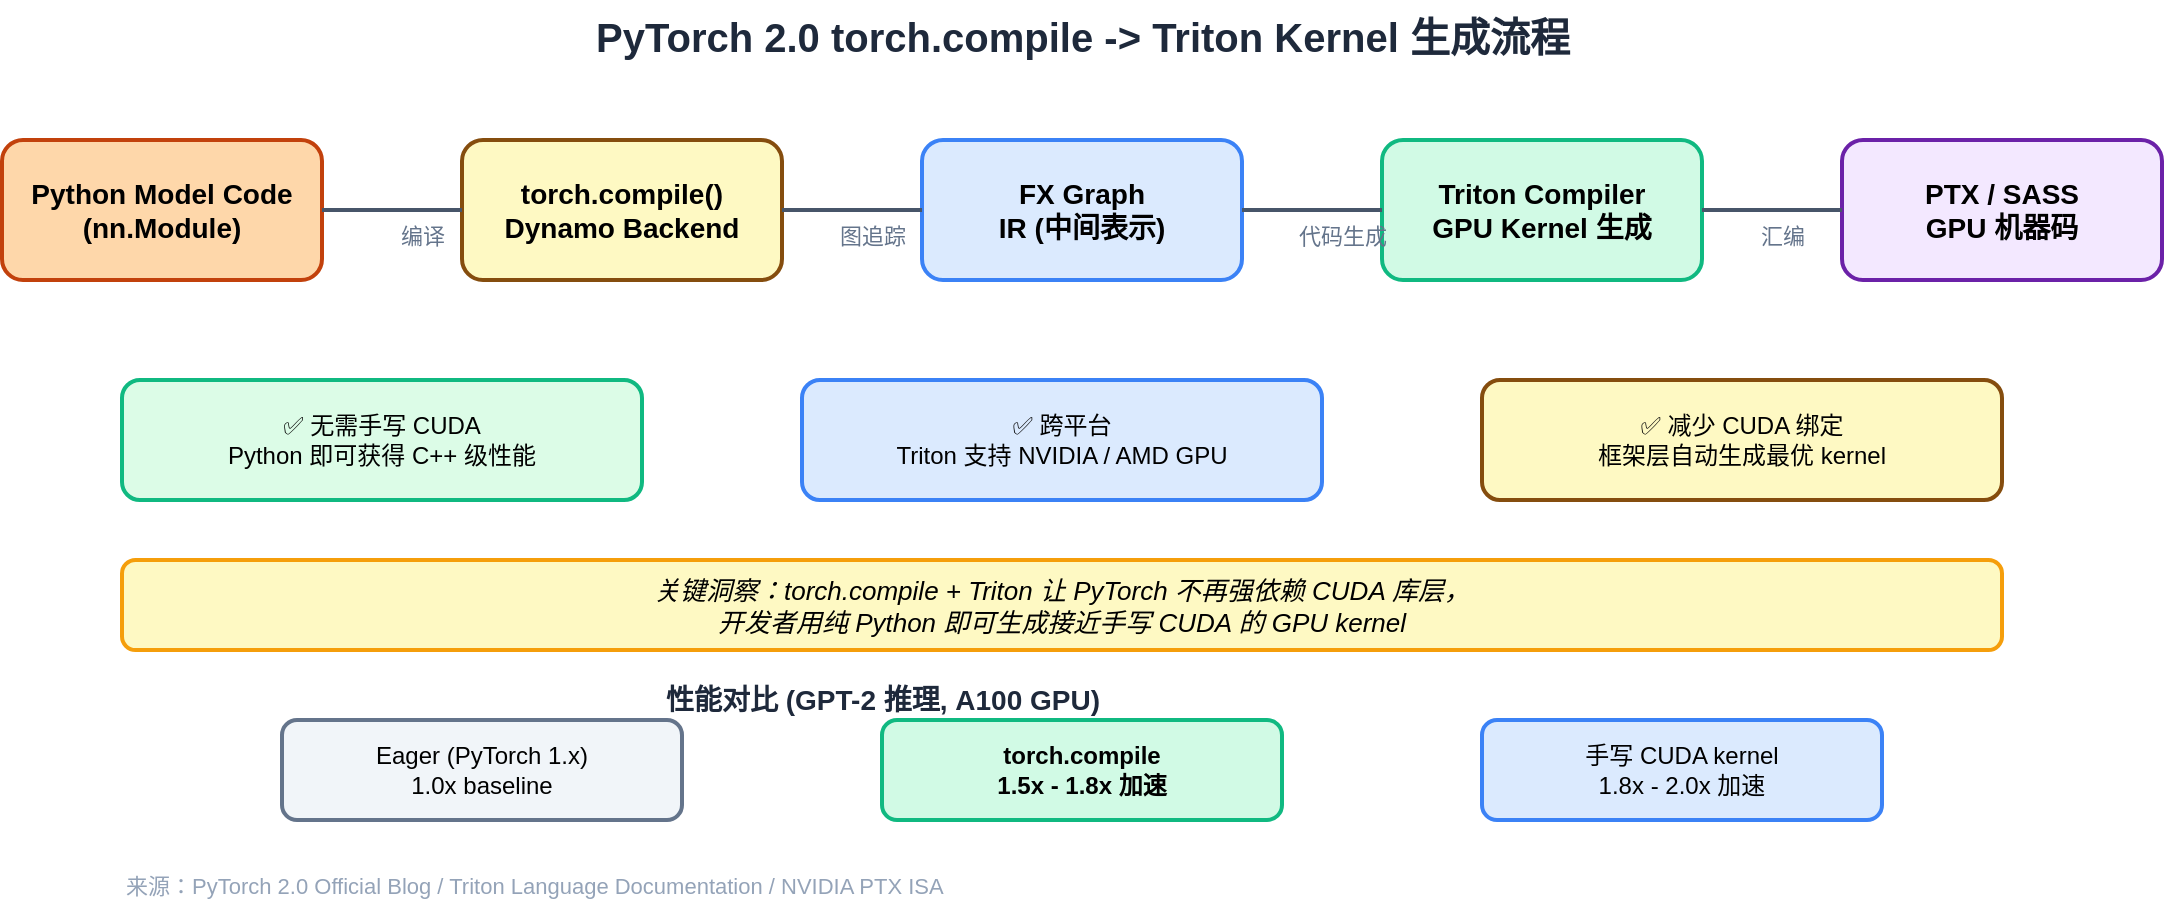
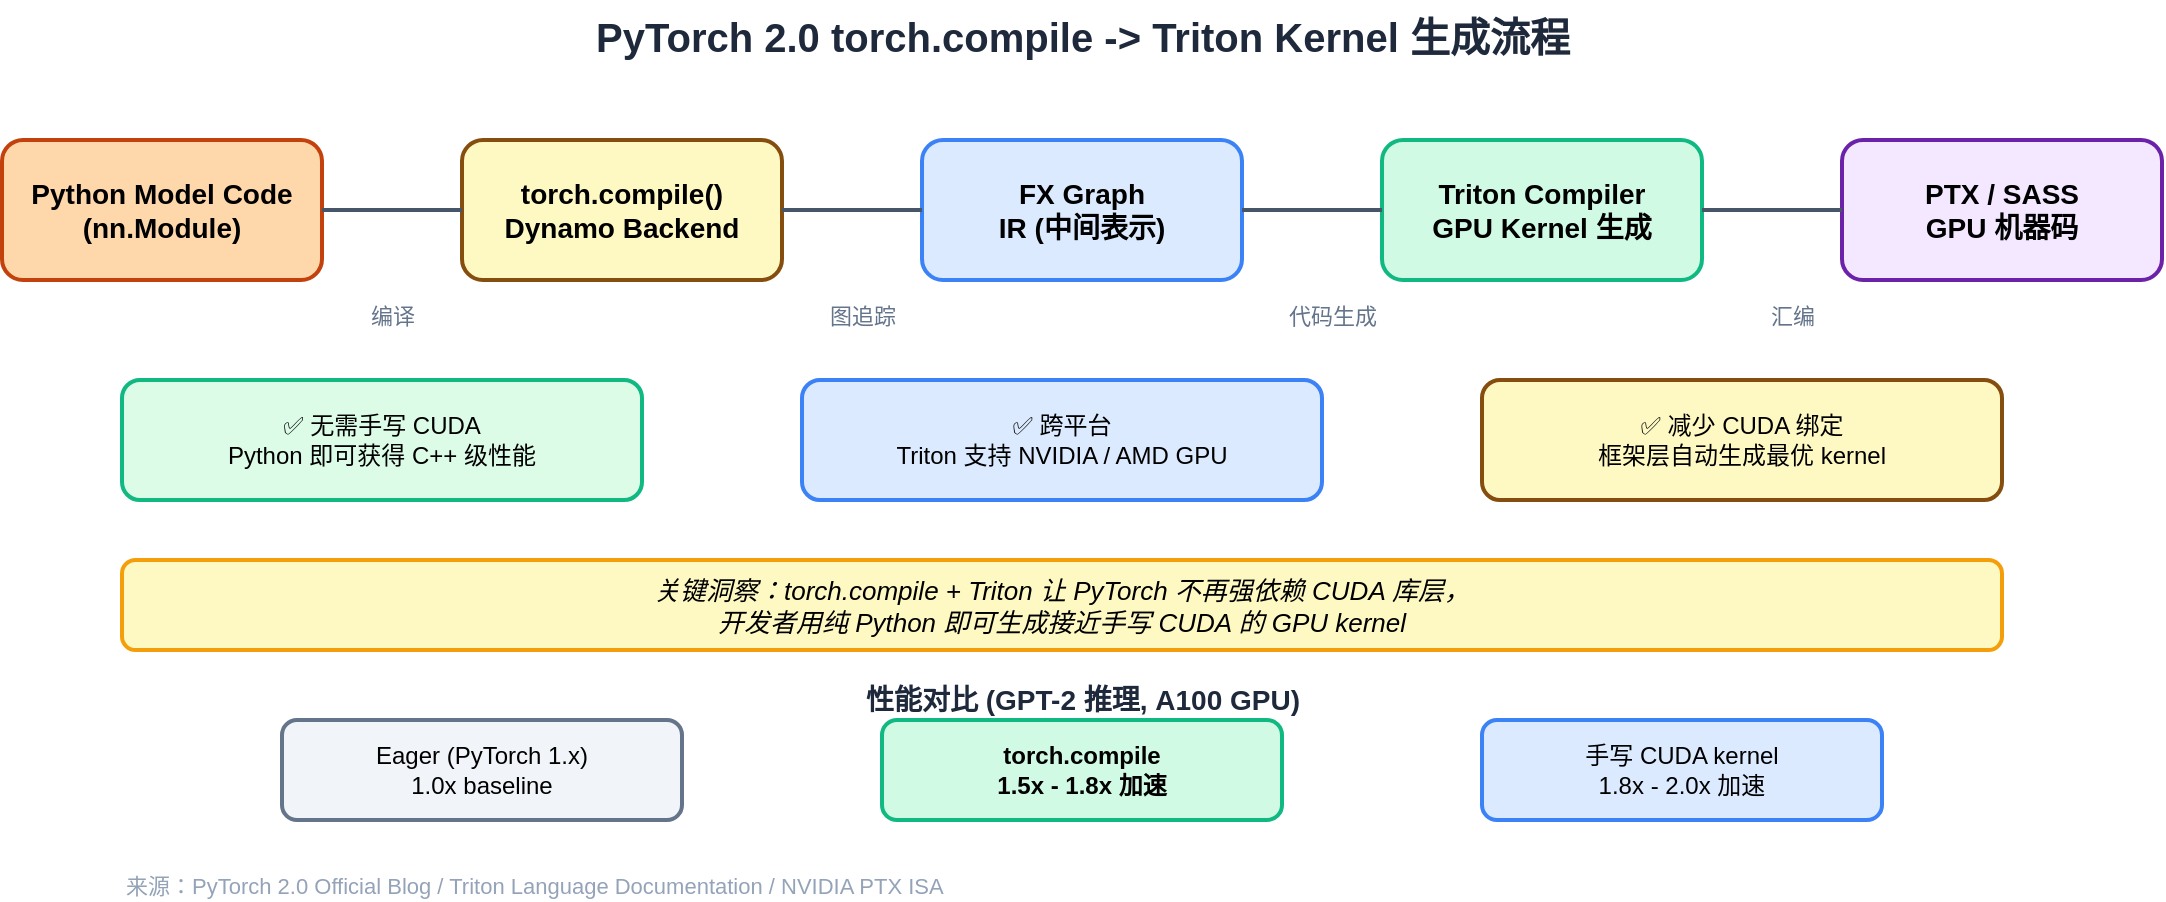
<?xml version="1.0" encoding="UTF-8"?>
<mxfile host="app.diagrams.net" agent="drawio-skill" version="21.0.0" type="device">
  <diagram name="TorchCompile" id="diag-tc-1">
    <mxGraphModel dx="1422" dy="762" grid="1" gridSize="10" guides="1" tooltips="1" connect="1" arrows="1" fold="1" page="1" pageScale="1" pageWidth="1200" pageHeight="500" math="0" shadow="0">
      <root>
        <mxCell id="0" />
        <mxCell id="1" parent="0" />

        <mxCell id="title" value="PyTorch 2.0 torch.compile -> Triton Kernel 生成流程" style="text;html=1;align=center;fontSize=20;fontStyle=1;fontColor=#1e293b;" vertex="1" parent="1">
          <mxGeometry x="200" y="10" width="800" height="30" as="geometry" />
        </mxCell>

        <!-- Step 1: Python Model -->
        <mxCell id="s1" value="Python Model Code&#xa;(nn.Module)" style="rounded=1;whiteSpace=wrap;html=1;fillColor=#fed7aa;strokeColor=#c2410c;strokeWidth=2;fontSize=14;fontStyle=1;align=center;" vertex="1" parent="1">
          <mxGeometry x="60" y="80" width="160" height="70" as="geometry" />
        </mxCell>

        <!-- Step 2: torch.compile -->
        <mxCell id="s2" value="torch.compile()&#xa;Dynamo Backend" style="rounded=1;whiteSpace=wrap;html=1;fillColor=#fef9c3;strokeColor=#854d0e;strokeWidth=2;fontSize=14;fontStyle=1;align=center;" vertex="1" parent="1">
          <mxGeometry x="290" y="80" width="160" height="70" as="geometry" />
        </mxCell>

        <!-- Step 3: FX Graph -->
        <mxCell id="s3" value="FX Graph&#xa;IR (中间表示)" style="rounded=1;whiteSpace=wrap;html=1;fillColor=#dbeafe;strokeColor=#3b82f6;strokeWidth=2;fontSize=14;fontStyle=1;align=center;" vertex="1" parent="1">
          <mxGeometry x="520" y="80" width="160" height="70" as="geometry" />
        </mxCell>

        <!-- Step 4: Triton -->
        <mxCell id="s4" value="Triton Compiler&#xa;GPU Kernel 生成" style="rounded=1;whiteSpace=wrap;html=1;fillColor=#d1fae5;strokeColor=#10B981;strokeWidth=2;fontSize=14;fontStyle=1;align=center;" vertex="1" parent="1">
          <mxGeometry x="750" y="80" width="160" height="70" as="geometry" />
        </mxCell>

        <!-- Step 5: PTX -->
        <mxCell id="s5" value="PTX / SASS&#xa;GPU 机器码" style="rounded=1;whiteSpace=wrap;html=1;fillColor=#f3e8ff;strokeColor=#6b21a8;strokeWidth=2;fontSize=14;fontStyle=1;align=center;" vertex="1" parent="1">
          <mxGeometry x="980" y="80" width="160" height="70" as="geometry" />
        </mxCell>

        <!-- Arrows -->
        <mxCell id="a1" value="" style="endArrow=arrow;html=1;strokeColor=#475569;strokeWidth=2;exitX=1;exitY=0.5;exitDx=0;exitDy=0;entryX=0;entryY=0.5;entryDx=0;entryDy=0;" edge="1" parent="1" source="s1" target="s2">
          <mxGeometry relative="1" as="geometry" />
        </mxCell>
        <mxCell id="a2" value="" style="endArrow=arrow;html=1;strokeColor=#475569;strokeWidth=2;exitX=1;exitY=0.5;exitDx=0;exitDy=0;entryX=0;entryY=0.5;entryDx=0;entryDy=0;" edge="1" parent="1" source="s2" target="s3">
          <mxGeometry relative="1" as="geometry" />
        </mxCell>
        <mxCell id="a3" value="" style="endArrow=arrow;html=1;strokeColor=#475569;strokeWidth=2;exitX=1;exitY=0.5;exitDx=0;exitDy=0;entryX=0;entryY=0.5;entryDx=0;entryDy=0;" edge="1" parent="1" source="s3" target="s4">
          <mxGeometry relative="1" as="geometry" />
        </mxCell>
        <mxCell id="a4" value="" style="endArrow=arrow;html=1;strokeColor=#475569;strokeWidth=2;exitX=1;exitY=0.5;exitDx=0;exitDy=0;entryX=0;entryY=0.5;entryDx=0;entryDy=0;" edge="1" parent="1" source="s4" target="s5">
          <mxGeometry relative="1" as="geometry" />
        </mxCell>

        <!-- Labels on arrows -->
        <mxCell id="l1" value="编译" style="text;html=1;align=center;fontSize=11;fontColor=#64748b;" vertex="1" parent="1">
-           <mxGeometry x="250" y="115" width="40" height="20" as="geometry" />
+           <mxGeometry x="235" y="155" width="40" height="20" as="geometry" />
        </mxCell>
        <mxCell id="l2" value="图追踪" style="text;html=1;align=center;fontSize=11;fontColor=#64748b;" vertex="1" parent="1">
-           <mxGeometry x="470" y="115" width="50" height="20" as="geometry" />
+           <mxGeometry x="465" y="155" width="50" height="20" as="geometry" />
        </mxCell>
        <mxCell id="l3" value="代码生成" style="text;html=1;align=center;fontSize=11;fontColor=#64748b;" vertex="1" parent="1">
-           <mxGeometry x="700" y="115" width="60" height="20" as="geometry" />
+           <mxGeometry x="695" y="155" width="60" height="20" as="geometry" />
        </mxCell>
        <mxCell id="l4" value="汇编" style="text;html=1;align=center;fontSize=11;fontColor=#64748b;" vertex="1" parent="1">
-           <mxGeometry x="930" y="115" width="40" height="20" as="geometry" />
+           <mxGeometry x="935" y="155" width="40" height="20" as="geometry" />
        </mxCell>

        <!-- Benefit boxes -->
        <mxCell id="b1" value="✅ 无需手写 CUDA&#xa;Python 即可获得 C++ 级性能" style="rounded=1;whiteSpace=wrap;html=1;fillColor=#dcfce7;strokeColor=#10B981;strokeWidth=2;fontSize=12;align=center;" vertex="1" parent="1">
          <mxGeometry x="120" y="200" width="260" height="60" as="geometry" />
        </mxCell>
        <mxCell id="b2" value="✅ 跨平台&#xa;Triton 支持 NVIDIA / AMD GPU" style="rounded=1;whiteSpace=wrap;html=1;fillColor=#dbeafe;strokeColor=#3b82f6;strokeWidth=2;fontSize=12;align=center;" vertex="1" parent="1">
          <mxGeometry x="460" y="200" width="260" height="60" as="geometry" />
        </mxCell>
        <mxCell id="b3" value="✅ 减少 CUDA 绑定&#xa;框架层自动生成最优 kernel" style="rounded=1;whiteSpace=wrap;html=1;fillColor=#fef9c3;strokeColor=#854d0e;strokeWidth=2;fontSize=12;align=center;" vertex="1" parent="1">
          <mxGeometry x="800" y="200" width="260" height="60" as="geometry" />
        </mxCell>

        <!-- Insight -->
        <mxCell id="insight" value="关键洞察：torch.compile + Triton 让 PyTorch 不再强依赖 CUDA 库层，&#xa;开发者用纯 Python 即可生成接近手写 CUDA 的 GPU kernel" style="rounded=1;whiteSpace=wrap;html=1;fillColor=#fef9c3;strokeColor=#f59e0b;strokeWidth=2;fontSize=13;fontStyle=2;align=center;" vertex="1" parent="1">
          <mxGeometry x="120" y="290" width="940" height="45" as="geometry" />
        </mxCell>

        <!-- Performance comparison -->
        <mxCell id="perf_title" value="性能对比 (GPT-2 推理, A100 GPU)" style="text;html=1;align=center;fontSize=14;fontStyle=1;fontColor=#1e293b;" vertex="1" parent="1">
-           <mxGeometry x="350" y="345" width="300" height="20" as="geometry" />
+           <mxGeometry x="400" y="345" width="400" height="20" as="geometry" />
        </mxCell>
        <mxCell id="perf1" value="Eager (PyTorch 1.x)&#xa;1.0x baseline" style="rounded=1;whiteSpace=wrap;html=1;fillColor=#f1f5f9;strokeColor=#64748b;strokeWidth=2;fontSize=12;align=center;" vertex="1" parent="1">
          <mxGeometry x="200" y="370" width="200" height="50" as="geometry" />
        </mxCell>
        <mxCell id="perf2" value="torch.compile&#xa;1.5x - 1.8x 加速" style="rounded=1;whiteSpace=wrap;html=1;fillColor=#d1fae5;strokeColor=#10B981;strokeWidth=2;fontSize=12;align=center;fontStyle=1;" vertex="1" parent="1">
          <mxGeometry x="500" y="370" width="200" height="50" as="geometry" />
        </mxCell>
        <mxCell id="perf3" value="手写 CUDA kernel&#xa;1.8x - 2.0x 加速" style="rounded=1;whiteSpace=wrap;html=1;fillColor=#dbeafe;strokeColor=#3b82f6;strokeWidth=2;fontSize=12;align=center;" vertex="1" parent="1">
          <mxGeometry x="800" y="370" width="200" height="50" as="geometry" />
        </mxCell>

        <!-- Source -->
        <mxCell id="source" value="来源：PyTorch 2.0 Official Blog / Triton Language Documentation / NVIDIA PTX ISA" style="text;html=1;align=left;fontSize=11;fontColor=#94a3b8;" vertex="1" parent="1">
          <mxGeometry x="120" y="440" width="700" height="20" as="geometry" />
        </mxCell>

      </root>
    </mxGraphModel>
  </diagram>
</mxfile>
